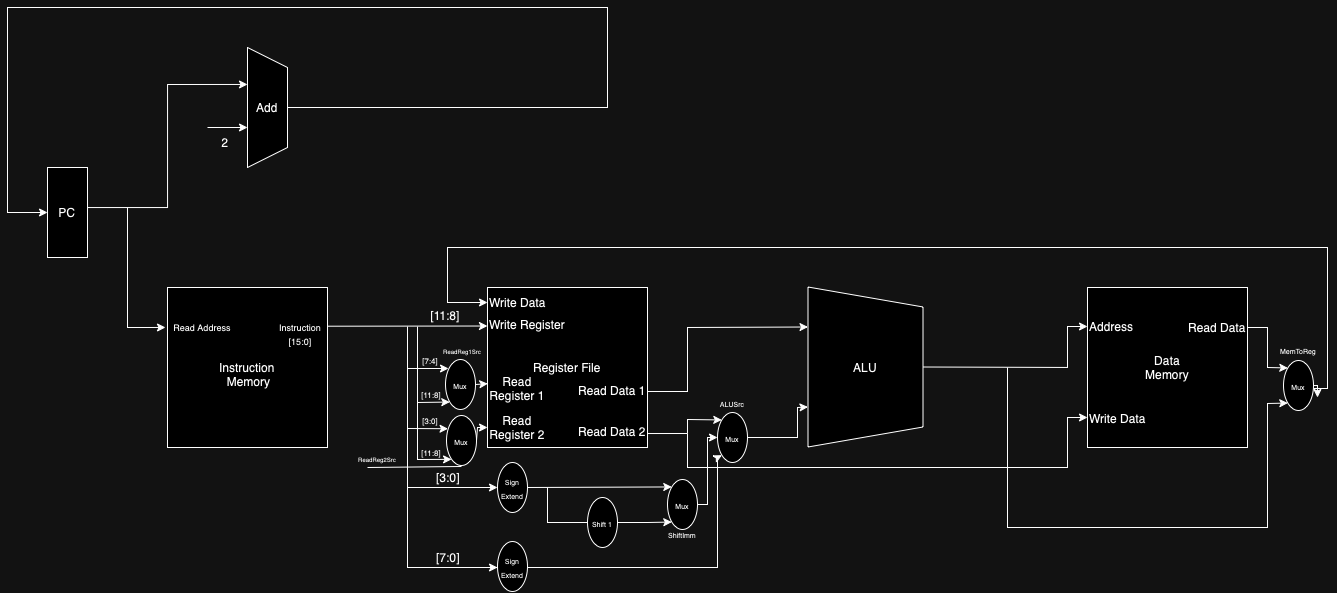
Above: images/CS552_project_phase1.drawio.png in hcyang1106/CS552-WISC-S24 (draw.io), before the change. Source tidied: cells renumbered, new cells last; positions are measured from the earlier drawing's top-left corner, leaving out a move shared by most shapes.
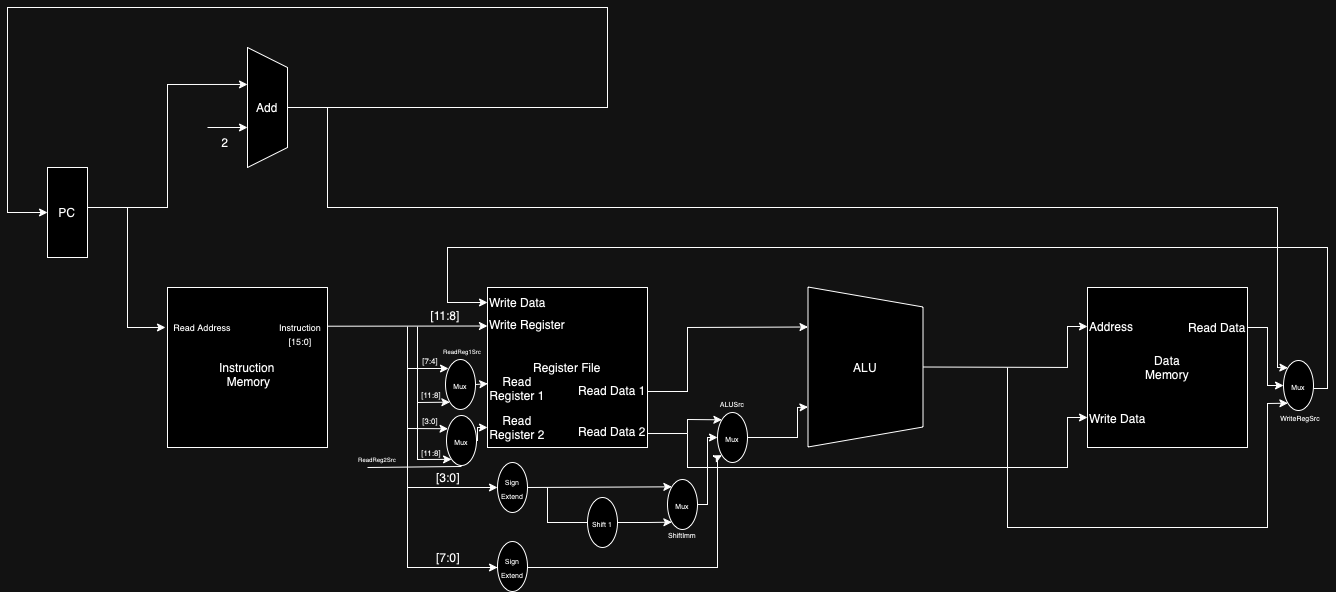
Later version of the same file.

Change to the diagram source:
```diff
@@ -181,11 +181,6 @@
         </Array>
       </mxGeometry>
     </mxCell>
-    <mxCell id="39" style="edgeStyle=orthogonalEdgeStyle;rounded=0;jettySize=auto;html=1;exitX=0;exitY=0.5;exitDx=0;exitDy=0;" parent="1" edge="1" source="40">
-      <mxGeometry relative="1" as="geometry">
-        <mxPoint x="1310" y="390" as="targetPoint" />
-      </mxGeometry>
-    </mxCell>
     <mxCell id="40" value="&lt;span style=&quot;font-size: 7px;&quot;&gt;Mux&lt;/span&gt;" style="ellipse;whiteSpace=wrap;html=1;" parent="1" vertex="1">
       <mxGeometry x="1276" y="353" width="30" height="50" as="geometry" />
     </mxCell>
@@ -197,12 +192,12 @@
         </Array>
       </mxGeometry>
     </mxCell>
-    <mxCell id="42" style="endArrow=classic;html=1;rounded=0;entryX=0;entryY=0;entryDx=0;entryDy=0;" parent="1" edge="1" target="40">
+    <mxCell id="42" style="endArrow=classic;html=1;rounded=0;entryX=0;entryY=0.5;entryDx=0;entryDy=0;" parent="1" edge="1" target="40">
       <mxGeometry relative="1" as="geometry">
         <mxPoint x="1240" y="320" as="sourcePoint" />
         <Array as="points">
           <mxPoint x="1260" y="320" />
-          <mxPoint x="1260" y="360" />
+          <mxPoint x="1260" y="378" />
         </Array>
       </mxGeometry>
     </mxCell>
@@ -338,8 +333,18 @@
     <mxCell id="67" value="&lt;font style=&quot;font-size: 7px;&quot;&gt;ShiftImm&lt;/font&gt;" style="text;html=1;align=center;verticalAlign=middle;whiteSpace=wrap;rounded=0;" parent="1" vertex="1">
       <mxGeometry x="645" y="511" width="60" height="30" as="geometry" />
     </mxCell>
-    <mxCell id="68" value="&lt;font style=&quot;font-size: 7px;&quot;&gt;MemToReg&lt;/font&gt;" style="text;html=1;align=center;verticalAlign=middle;whiteSpace=wrap;rounded=0;" parent="1" vertex="1">
-      <mxGeometry x="1261" y="327" width="60" height="30" as="geometry" />
+    <mxCell id="68" value="&lt;span style=&quot;font-size: 7px;&quot;&gt;WriteRegSrc&lt;br&gt;&lt;/span&gt;" style="text;html=1;align=center;verticalAlign=middle;whiteSpace=wrap;rounded=0;" parent="1" vertex="1">
+      <mxGeometry x="1263" y="394" width="60" height="30" as="geometry" />
     </mxCell>
+    <mxCell id="69" style="endArrow=classic;html=1;rounded=0;entryX=0;entryY=0;entryDx=0;entryDy=0;" parent="1" edge="1" target="40">
+      <mxGeometry relative="1" as="geometry">
+        <mxPoint x="320" y="100" as="sourcePoint" />
+        <Array as="points">
+          <mxPoint x="320" y="200" />
+          <mxPoint x="1270" y="200" />
+          <mxPoint x="1270" y="360" />
+        </Array>
+      </mxGeometry>
+    </mxCell>
   </root>
 </mxGraphModel>
```
